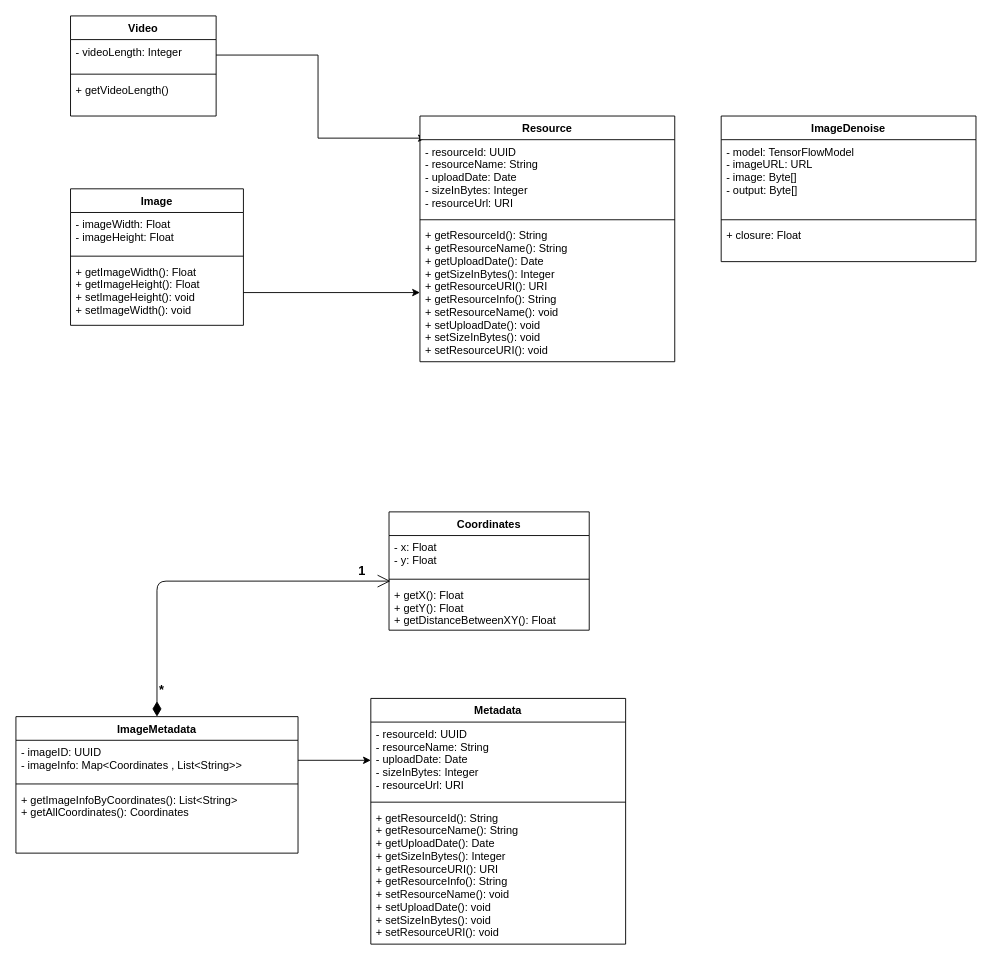
Above: Models/drawing/ClassDiagram.drawio in MrMoon/Vision (draw.io), before the change. Source tidied: cells renumbered, new cells numbered last; positions are measured from the earlier drawing's top-left corner, leaving out a move shared by most shapes. Both pictures are drawn from the tidied source at 91%, with x=0, y=0 at pixel (15, 15).
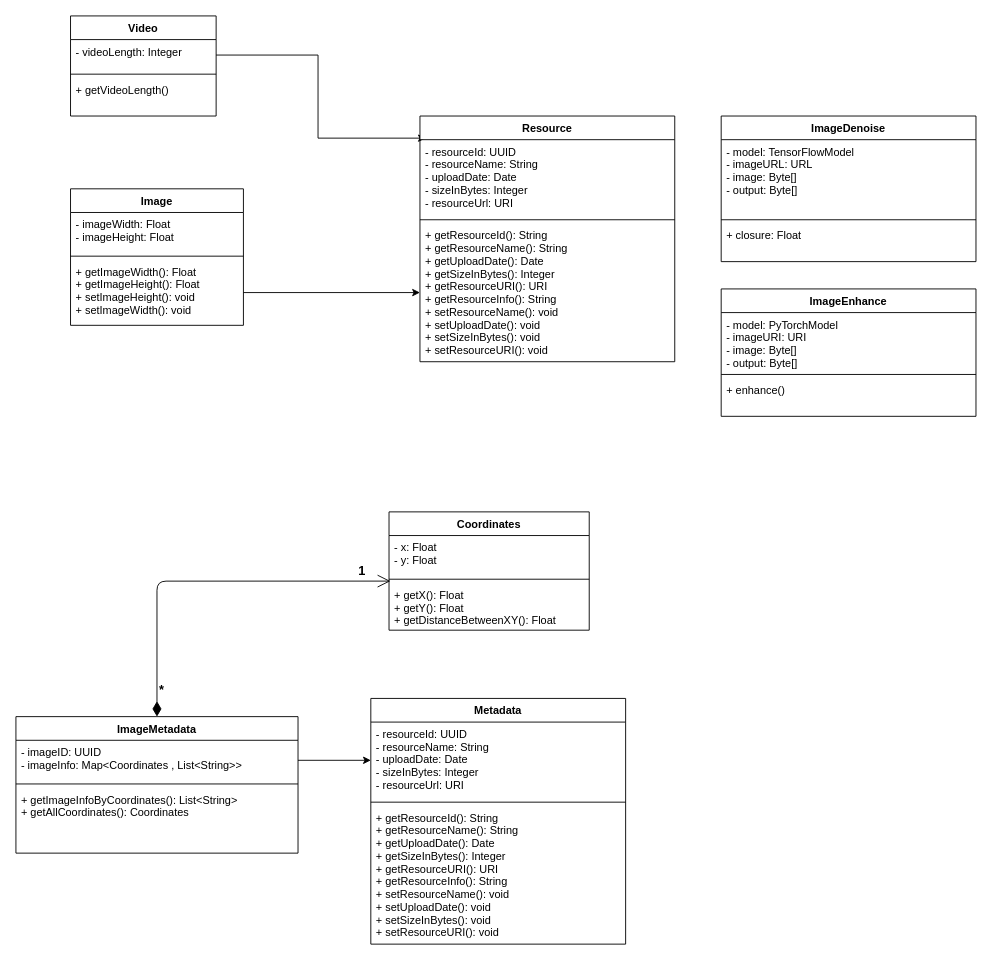
The same page after the edit.

What changed in the source:
```diff
@@
+    <mxCell id="36" value="ImageEnhance" style="swimlane;fontStyle=1;align=center;verticalAlign=top;horizontal=1;startSize=26;" parent="1" vertex="1">
+      <mxGeometry x="775" y="300" width="280" height="140" as="geometry" />
+    </mxCell>
+    <mxCell id="37" value="- model: PyTorchModel&#10;- imageURI: URI&#10;- image: Byte[]&#10;- output: Byte[]&#10;" style="text;strokeColor=none;fillColor=none;align=left;verticalAlign=top;spacingLeft=4;spacingRight=4;overflow=hidden;" parent="36" vertex="1">
+      <mxGeometry y="26" width="280" height="64" as="geometry" />
+    </mxCell>
+    <mxCell id="38" style="line;strokeWidth=1;fillColor=none;align=left;verticalAlign=middle;spacingTop=-1;spacingLeft=3;spacingRight=3;labelPosition=right;" parent="36" vertex="1">
+      <mxGeometry y="90" width="280" height="8" as="geometry" />
+    </mxCell>
+    <mxCell id="39" value="+ enhance()" style="text;strokeColor=none;fillColor=none;align=left;verticalAlign=top;spacingLeft=4;spacingRight=4;overflow=hidden;" parent="36" vertex="1">
+      <mxGeometry y="98" width="280" height="42" as="geometry" />
+    </mxCell>
```
